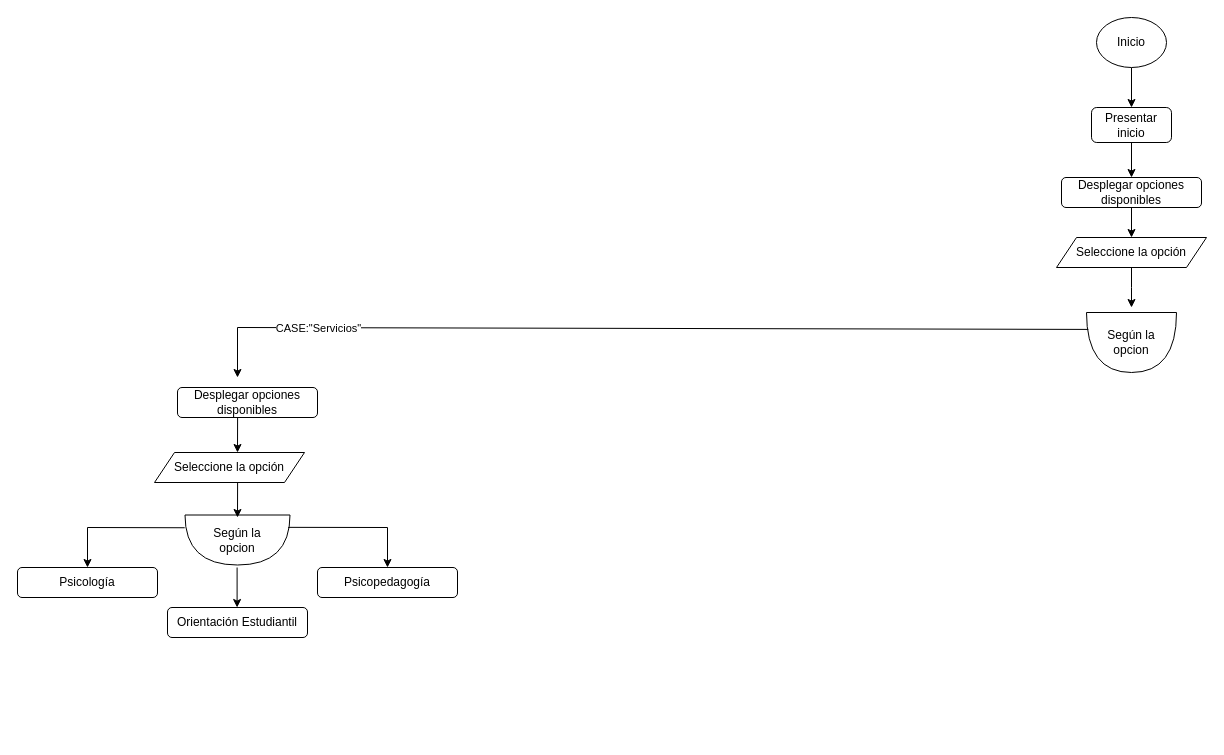
Joxini/DiagramaDeUso keeps this draw.io diagram as DiagramaDeActividades/DiagramaActividadOpciones.drawio. Above is the earlier version. Source tidied: cells renumbered, new cells numbered last; positions are measured from the earlier drawing's top-left corner, leaving out a move shared by most shapes. Both pictures are drawn from the tidied source at 100%, with x=0, y=0 at pixel (17, 17).
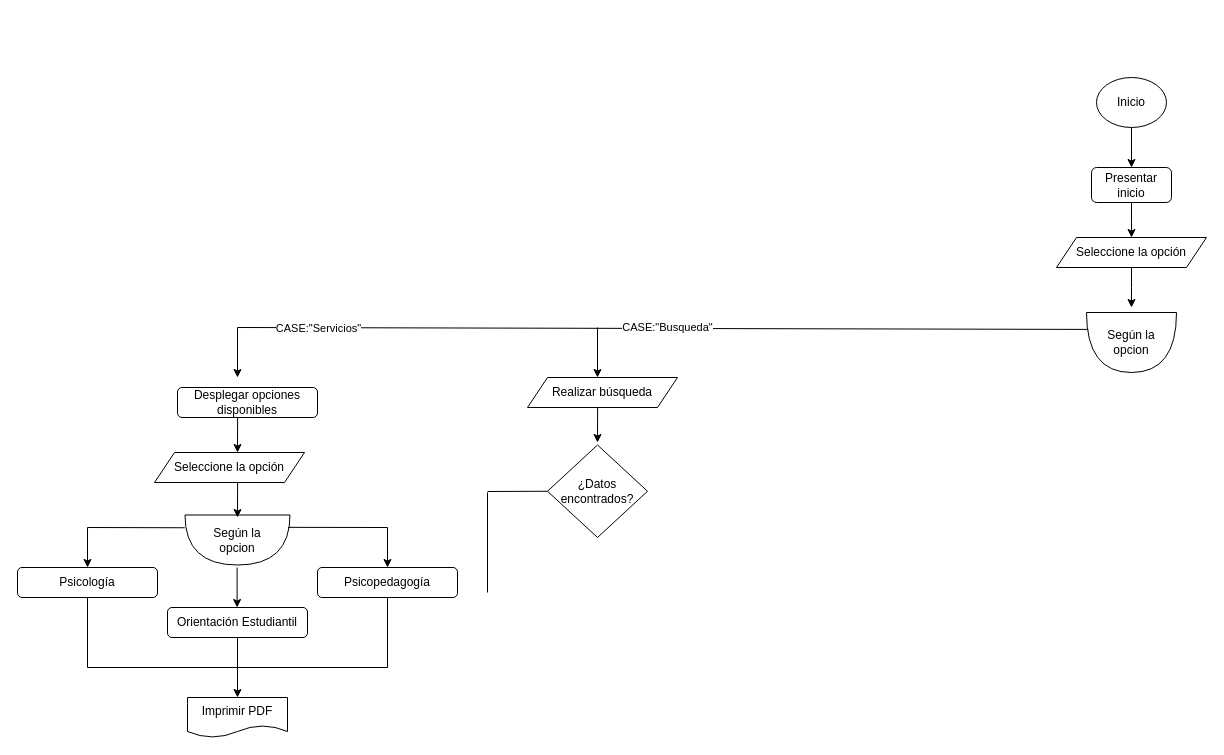
After the change.

The change refers to these unchanged cells:
```xml
<mxCell id="9" value="Seleccione la opción" style="shape=parallelogram;perimeter=parallelogramPerimeter;whiteSpace=wrap;html=1;fixedSize=1;" parent="1" vertex="1">
  <mxGeometry x="1039" y="220" width="150" height="30" as="geometry" />
</mxCell>
<mxCell id="13" style="endArrow=none;html=1;rounded=0;entryX=0.282;entryY=0.98;entryDx=0;entryDy=0;entryPerimeter=0;" parent="1" edge="1" target="10">
  <mxGeometry relative="1" as="geometry">
    <mxPoint x="220" y="310" as="sourcePoint" />
  </mxGeometry>
</mxCell>
<mxCell id="22" value="Psicología" style="rounded=1;whiteSpace=wrap;html=1;" parent="1" vertex="1">
  <mxGeometry y="550" width="140" height="30" as="geometry" />
</mxCell>
<mxCell id="26" value="Psicopedagogía" style="rounded=1;whiteSpace=wrap;html=1;" parent="1" vertex="1">
  <mxGeometry x="300" y="550" width="140" height="30" as="geometry" />
</mxCell>
```

Diff of the diagram source:
```diff
@@
     <mxCell id="3" value="Inicio" style="ellipse;whiteSpace=wrap;html=1;" parent="1" vertex="1">
-      <mxGeometry x="1079" width="70" height="50" as="geometry" />
+      <mxGeometry x="1079" y="60" width="70" height="50" as="geometry" />
     </mxCell>
-    <mxCell id="4" style="edgeStyle=orthogonalEdgeStyle;rounded=0;jettySize=auto;html=1;" parent="1" edge="1" source="5" target="7">
-      <mxGeometry relative="1" as="geometry" />
+    <mxCell id="4" style="edgeStyle=orthogonalEdgeStyle;rounded=0;jettySize=auto;html=1;" parent="1" edge="1" source="5">
+      <mxGeometry relative="1" as="geometry">
+        <mxPoint x="1114" y="220" as="targetPoint" />
+      </mxGeometry>
     </mxCell>
     <mxCell id="5" value="Presentar inicio" style="rounded=1;whiteSpace=wrap;html=1;" parent="1" vertex="1">
-      <mxGeometry x="1074" y="90" width="80" height="35" as="geometry" />
+      <mxGeometry x="1074" y="150" width="80" height="35" as="geometry" />
     </mxCell>
-    <mxCell id="6" style="edgeStyle=orthogonalEdgeStyle;rounded=0;jettySize=auto;html=1;" parent="1" edge="1" source="7" target="9">
-      <mxGeometry relative="1" as="geometry" />
-    </mxCell>
-    <mxCell id="7" value="Desplegar opciones disponibles" style="rounded=1;whiteSpace=wrap;html=1;" parent="1" vertex="1">
-      <mxGeometry x="1044" y="160" width="140" height="30" as="geometry" />
-    </mxCell>
@@
+    <mxCell id="29" value="CASE:&quot;Busqueda&quot;" style="edgeLabel;html=1;align=center;verticalAlign=middle;" parent="13" vertex="1">
+      <mxGeometry x="0.01" y="-3" relative="1" as="geometry">
+        <mxPoint y="-4" as="offset" />
+      </mxGeometry>
+    </mxCell>
@@
+    <mxCell id="30" style="endArrow=none;html=1;rounded=0;entryX=0.5;entryY=1;entryDx=0;entryDy=0;" parent="1" edge="1" target="22">
+      <mxGeometry relative="1" as="geometry">
+        <mxPoint x="70" y="650" as="sourcePoint" />
+      </mxGeometry>
+    </mxCell>
+    <mxCell id="31" style="endArrow=none;html=1;rounded=0;entryX=0.5;entryY=1;entryDx=0;entryDy=0;" parent="1" edge="1" target="26">
+      <mxGeometry relative="1" as="geometry">
+        <mxPoint x="370" y="650" as="sourcePoint" />
+      </mxGeometry>
+    </mxCell>
+    <mxCell id="32" style="endArrow=none;html=1;rounded=0;" parent="1" edge="1">
+      <mxGeometry relative="1" as="geometry">
+        <mxPoint x="70" y="650" as="sourcePoint" />
+        <mxPoint x="370" y="650" as="targetPoint" />
+      </mxGeometry>
+    </mxCell>
+    <mxCell id="33" style="endArrow=none;html=1;rounded=0;" parent="1" edge="1">
+      <mxGeometry relative="1" as="geometry">
+        <mxPoint x="220" y="650" as="sourcePoint" />
+        <mxPoint x="220" y="620" as="targetPoint" />
+      </mxGeometry>
+    </mxCell>
+    <mxCell id="34" value="Imprimir PDF" style="shape=document;whiteSpace=wrap;html=1;boundedLbl=1;" parent="1" vertex="1">
+      <mxGeometry x="170" y="680" width="100" height="40" as="geometry" />
+    </mxCell>
+    <mxCell id="35" style="endArrow=classic;html=1;rounded=0;entryX=0.5;entryY=0;entryDx=0;entryDy=0;" parent="1" edge="1" target="34">
+      <mxGeometry relative="1" as="geometry">
+        <mxPoint x="220" y="650" as="sourcePoint" />
+      </mxGeometry>
+    </mxCell>
+    <mxCell id="36" style="endArrow=classic;html=1;rounded=0;" parent="1" edge="1">
+      <mxGeometry relative="1" as="geometry">
+        <mxPoint x="580" y="310" as="sourcePoint" />
+        <mxPoint x="580" y="360" as="targetPoint" />
+      </mxGeometry>
+    </mxCell>
+    <mxCell id="37" value="Realizar búsqueda" style="shape=parallelogram;perimeter=parallelogramPerimeter;whiteSpace=wrap;html=1;fixedSize=1;" parent="1" vertex="1">
+      <mxGeometry x="510" y="360" width="150" height="30" as="geometry" />
+    </mxCell>
+    <mxCell id="38" style="edgeStyle=orthogonalEdgeStyle;rounded=0;orthogonalLoop=1;jettySize=auto;html=1;" parent="1" edge="1">
+      <mxGeometry relative="1" as="geometry">
+        <mxPoint x="580.1" y="390" as="sourcePoint" />
+        <mxPoint x="580" y="425" as="targetPoint" />
+      </mxGeometry>
+    </mxCell>
+    <mxCell id="39" value="¿Datos encontrados?" style="rhombus;whiteSpace=wrap;html=1;" parent="1" vertex="1">
+      <mxGeometry x="530" y="427.5" width="100" height="92.5" as="geometry" />
+    </mxCell>
+    <mxCell id="40" style="endArrow=none;html=1;rounded=0;entryX=0;entryY=0.5;entryDx=0;entryDy=0;" parent="1" edge="1" target="39">
+      <mxGeometry relative="1" as="geometry">
+        <mxPoint x="470" y="474" as="sourcePoint" />
+      </mxGeometry>
+    </mxCell>
+    <mxCell id="41" style="endArrow=none;html=1;rounded=0;" parent="1" edge="1">
+      <mxGeometry relative="1" as="geometry">
+        <mxPoint x="470" y="575" as="sourcePoint" />
+        <mxPoint x="470" y="475" as="targetPoint" />
+      </mxGeometry>
+    </mxCell>
```
